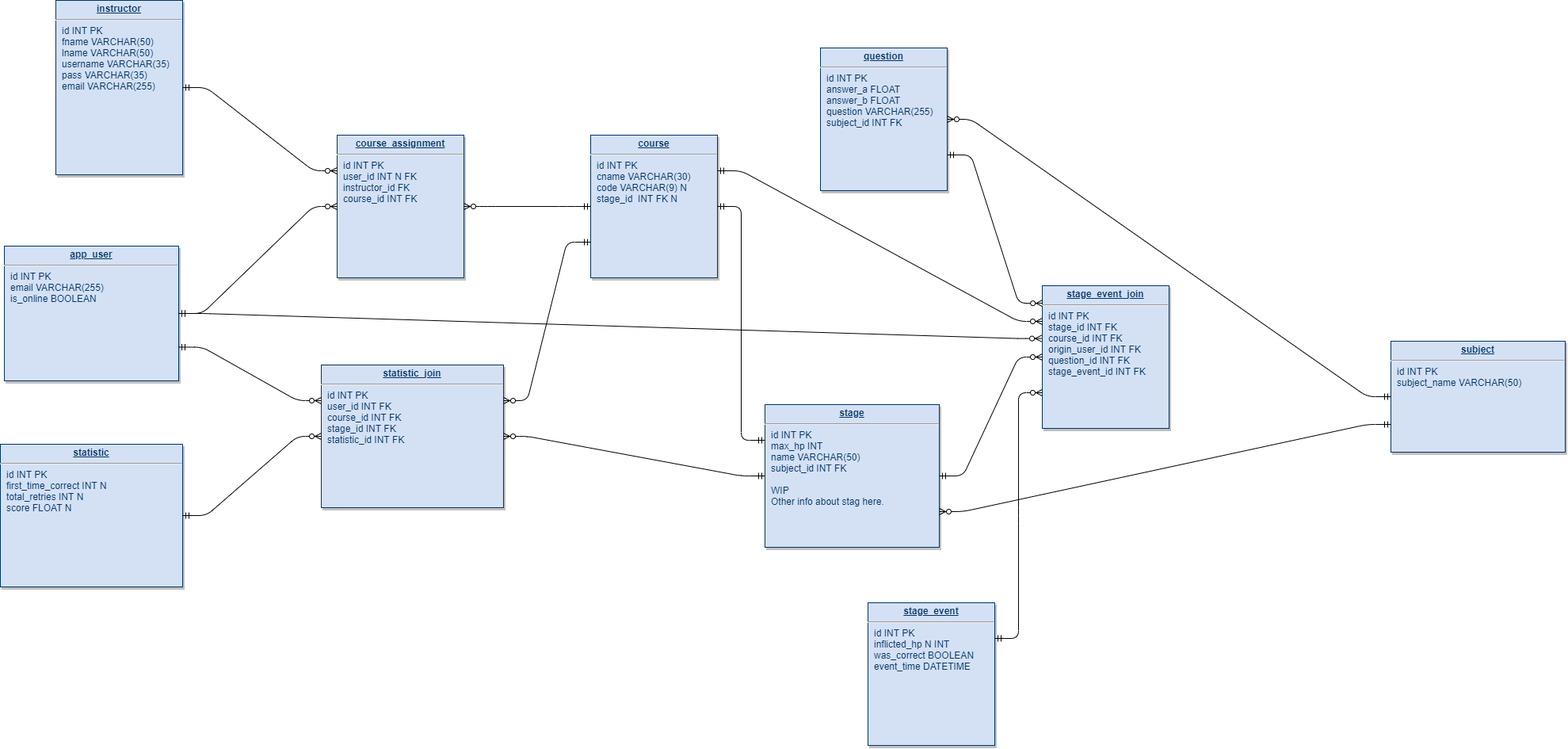
mschray/Fall-2021-IPRO keeps this draw.io diagram as Documentation/JebraDB.drawio.png. Above is the earlier version. Source tidied: cells renumbered, new cells last; positions are measured from the earlier drawing's top-left corner, leaving out a move shared by most shapes.
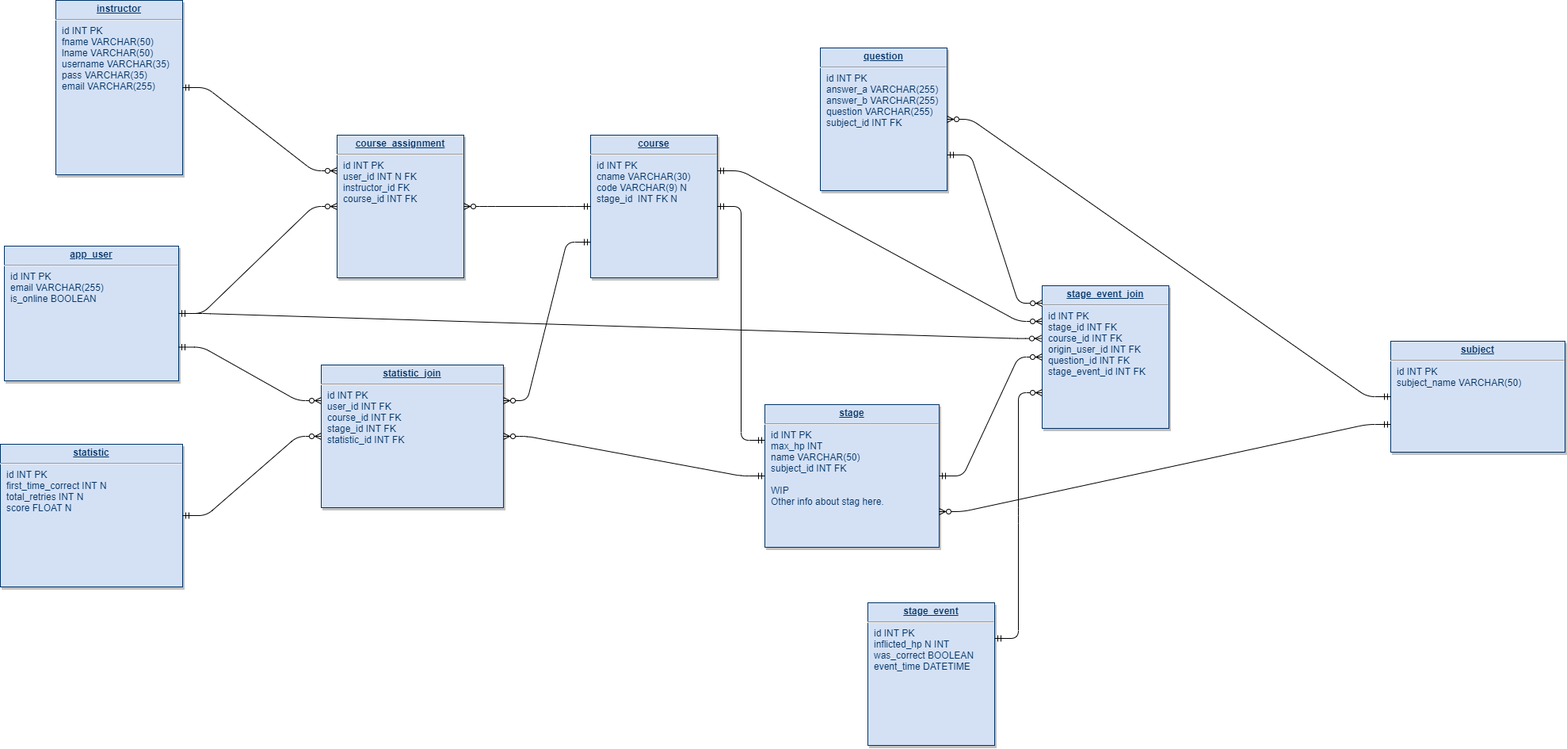
After the change.

The edit, as a diff of the source:
```diff
@@ -2,7 +2,7 @@
   <root>
     <mxCell id="0" />
     <mxCell id="1" parent="0" />
-    <mxCell id="2" value="&lt;p style=&quot;margin: 0px ; margin-top: 4px ; text-align: center ; text-decoration: underline&quot;&gt;&lt;b&gt;question&lt;/b&gt;&lt;/p&gt;&lt;hr&gt;&lt;p style=&quot;margin: 0px ; margin-left: 8px&quot;&gt;id INT PK&lt;/p&gt;&lt;p style=&quot;margin: 0px ; margin-left: 8px&quot;&gt;answer_a FLOAT&lt;br&gt;&lt;/p&gt;&lt;p style=&quot;margin: 0px ; margin-left: 8px&quot;&gt;answer_b FLOAT&lt;/p&gt;&lt;p style=&quot;margin: 0px ; margin-left: 8px&quot;&gt;question VARCHAR(255)&lt;/p&gt;&lt;p style=&quot;margin: 0px ; margin-left: 8px&quot;&gt;subject_id INT FK&lt;br&gt;&lt;/p&gt;&lt;p style=&quot;margin: 0px ; margin-left: 8px&quot;&gt;&lt;br&gt;&lt;/p&gt;&lt;p style=&quot;margin: 0px ; margin-left: 8px&quot;&gt;&lt;br&gt;&lt;/p&gt;&lt;p style=&quot;margin: 0px ; margin-left: 8px&quot;&gt;&lt;br&gt;&lt;/p&gt;&lt;p style=&quot;margin: 0px ; margin-left: 8px&quot;&gt;&lt;br&gt;&lt;/p&gt;" style="verticalAlign=top;align=left;overflow=fill;fontSize=12;fontFamily=Helvetica;html=1;strokeColor=#003366;shadow=1;fillColor=#D4E1F5;fontColor=#003366;" parent="1" vertex="1">
+    <mxCell id="2" value="&lt;p style=&quot;margin: 0px ; margin-top: 4px ; text-align: center ; text-decoration: underline&quot;&gt;&lt;b&gt;question&lt;/b&gt;&lt;/p&gt;&lt;hr&gt;&lt;p style=&quot;margin: 0px ; margin-left: 8px&quot;&gt;id INT PK&lt;/p&gt;&lt;p style=&quot;margin: 0px ; margin-left: 8px&quot;&gt;answer_a VARCHAR(255)&lt;/p&gt;&lt;p style=&quot;margin: 0px ; margin-left: 8px&quot;&gt;&lt;span&gt;answer_b VARCHAR(255)&lt;/span&gt;&lt;/p&gt;&lt;p style=&quot;margin: 0px ; margin-left: 8px&quot;&gt;question VARCHAR(255)&lt;/p&gt;&lt;p style=&quot;margin: 0px ; margin-left: 8px&quot;&gt;subject_id INT FK&lt;br&gt;&lt;/p&gt;&lt;p style=&quot;margin: 0px ; margin-left: 8px&quot;&gt;&lt;br&gt;&lt;/p&gt;&lt;p style=&quot;margin: 0px ; margin-left: 8px&quot;&gt;&lt;br&gt;&lt;/p&gt;&lt;p style=&quot;margin: 0px ; margin-left: 8px&quot;&gt;&lt;br&gt;&lt;/p&gt;&lt;p style=&quot;margin: 0px ; margin-left: 8px&quot;&gt;&lt;br&gt;&lt;/p&gt;" style="verticalAlign=top;align=left;overflow=fill;fontSize=12;fontFamily=Helvetica;html=1;strokeColor=#003366;shadow=1;fillColor=#D4E1F5;fontColor=#003366;" parent="1" vertex="1">
       <mxGeometry x="1035" y="60" width="160" height="180" as="geometry" />
     </mxCell>
     <mxCell id="3" value="&lt;p style=&quot;margin: 0px ; margin-top: 4px ; text-align: center ; text-decoration: underline&quot;&gt;&lt;b&gt;course&lt;/b&gt;&lt;/p&gt;&lt;hr&gt;&lt;p style=&quot;margin: 0px ; margin-left: 8px&quot;&gt;id INT PK&lt;/p&gt;&lt;p style=&quot;margin: 0px ; margin-left: 8px&quot;&gt;cname VARCHAR(30)&lt;/p&gt;&lt;p style=&quot;margin: 0px ; margin-left: 8px&quot;&gt;code VARCHAR(9) N&lt;/p&gt;&lt;p style=&quot;margin: 0px ; margin-left: 8px&quot;&gt;stage_id&amp;nbsp; INT FK N&lt;/p&gt;&lt;p style=&quot;margin: 0px ; margin-left: 8px&quot;&gt;&lt;br&gt;&lt;/p&gt;&lt;p style=&quot;margin: 0px ; margin-left: 8px&quot;&gt;&lt;span style=&quot;color: rgba(0 , 0 , 0 , 0) ; font-family: monospace ; font-size: 0px&quot;&gt;%3CmxGraphModel%3E%3Croot%3E%3CmxCell%20id%3D%220%22%2F%3E%3CmxCell%20id%3D%221%22%20parent%3D%220%22%2F%3E%3CmxCell%20id%3D%222%22%20value%3D%22%26lt%3Bp%20style%3D%26quot%3Bmargin%3A%200px%20%3B%20margin-top%3A%204px%20%3B%20text-align%3A%20center%20%3B%20text-decoration%3A%20underline%26quot%3B%26gt%3B%26lt%3Bb%26gt%3BSession%26lt%3B%2Fb%26gt%3B%26lt%3B%2Fp%26gt%3B%26lt%3Bhr%26gt%3B%26lt%3Bp%20style%3D%26quot%3Bmargin%3A%200px%20%3B%20margin-left%3A%208px%26quot%3B%26gt%3Bid%20INT%26lt%3B%2Fp%26gt%3B%26lt%3Bp%20style%3D%26quot%3Bmargin%3A%200px%20%3B%20margin-left%3A%208px%26quot%3B%26gt%3B%26lt%3Bbr%26gt%3B%26lt%3B%2Fp%26gt%3B%22%20style%3D%22verticalAlign%3Dtop%3Balign%3Dleft%3Boverflow%3Dfill%3BfontSize%3D12%3BfontFamily%3DHelvetica%3Bhtml%3D1%3BstrokeColor%3D%23003366%3Bshadow%3D1%3BfillColor%3D%23D4E1F5%3BfontColor%3D%23003366%22%20vertex%3D%221%22%20parent%3D%221%22%3E%3CmxGeometry%20x%3D%22332.9999999999999%22%20y%3D%22310.00000000000034%22%20width%3D%22160%22%20height%3D%22180%22%20as%3D%22geometry%22%2F%3E%3C%2FmxCell%3E%3C%2Froot%3E%3C%2FmxGraphModel%3E&lt;/span&gt;&lt;br&gt;&lt;/p&gt;&lt;p style=&quot;margin: 0px ; margin-left: 8px&quot;&gt;&lt;br&gt;&lt;/p&gt;" style="verticalAlign=top;align=left;overflow=fill;fontSize=12;fontFamily=Helvetica;html=1;strokeColor=#003366;shadow=1;fillColor=#D4E1F5;fontColor=#003366;" parent="1" vertex="1">
```
